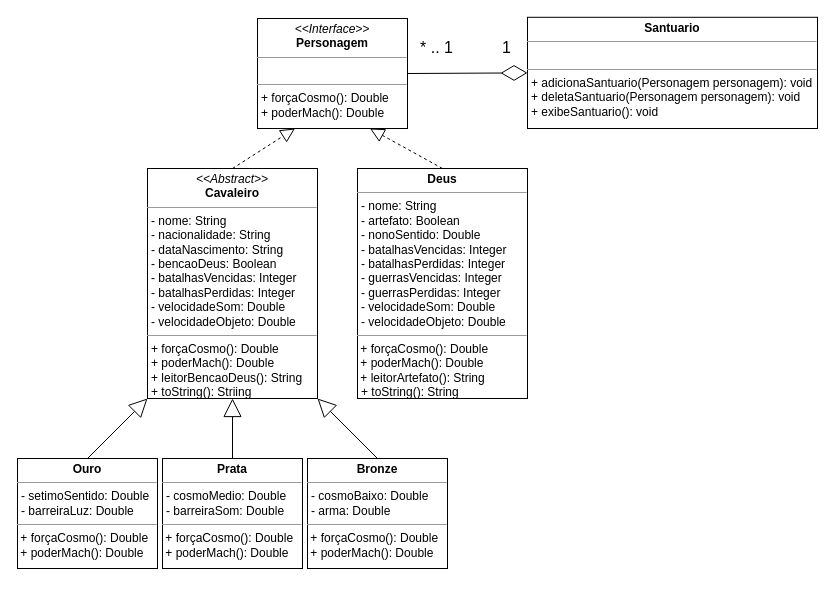
This is Diagrama/V2/Diagrama AC1.drawio from carrera-gabriel/projeto-api-ac1, a draw.io file, before an edit. Source tidied: cells renumbered, new cells numbered last; positions are measured from the earlier drawing's top-left corner, leaving out a move shared by most shapes. Both pictures are drawn from the tidied source at 100%, with x=0, y=0 at pixel (17, 17).
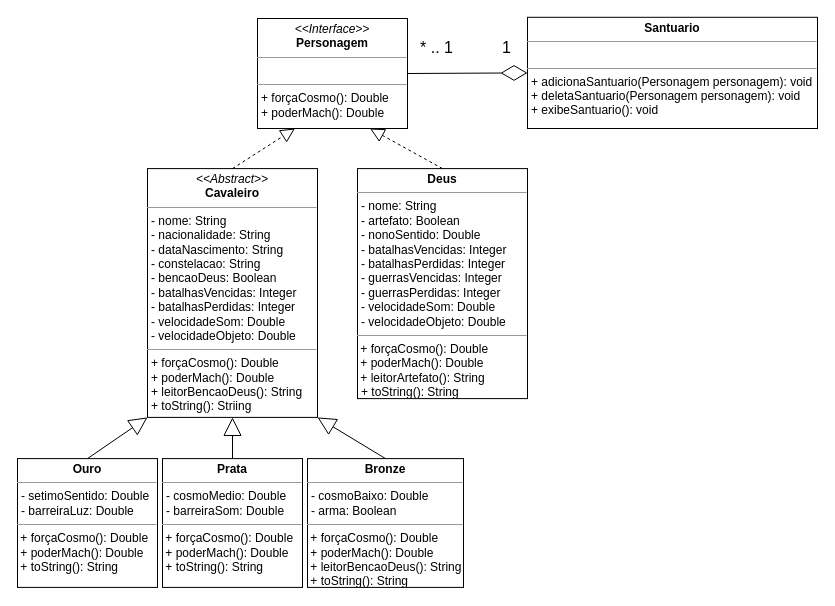
The same diagram, later.

What changed in the source:
```diff
@@
 <mxGraphModel>
   <root>
     <mxCell id="0" />
     <mxCell id="1" parent="0" />
     <mxCell id="2" value="&lt;p style=&quot;margin: 0px ; margin-top: 4px ; text-align: center&quot;&gt;&lt;i&gt;&amp;lt;&amp;lt;Interface&amp;gt;&amp;gt;&lt;/i&gt;&lt;br&gt;&lt;b&gt;Personagem&lt;/b&gt;&lt;/p&gt;&lt;hr size=&quot;1&quot;&gt;&lt;p style=&quot;margin: 0px ; margin-left: 4px&quot;&gt;&lt;br&gt;&lt;/p&gt;&lt;hr size=&quot;1&quot;&gt;&lt;p style=&quot;margin: 0px ; margin-left: 4px&quot;&gt;+ forçaCosmo(): Double&lt;br&gt;+ poderMach(): Double&lt;/p&gt;" style="verticalAlign=top;align=left;overflow=fill;fontSize=12;fontFamily=Helvetica;html=1;" parent="1" vertex="1">
       <mxGeometry x="240" y="1" width="150" height="110" as="geometry" />
     </mxCell>
-    <mxCell id="3" value="&lt;p style=&quot;margin: 0px ; margin-top: 4px ; text-align: center&quot;&gt;&lt;i&gt;&amp;lt;&amp;lt;Abstract&amp;gt;&amp;gt;&lt;/i&gt;&lt;br&gt;&lt;b&gt;Cavaleiro&lt;/b&gt;&lt;/p&gt;&lt;hr size=&quot;1&quot;&gt;&lt;p style=&quot;margin: 0px ; margin-left: 4px&quot;&gt;- nome: String&lt;br&gt;- nacionalidade: String&lt;/p&gt;&lt;p style=&quot;margin: 0px ; margin-left: 4px&quot;&gt;- dataNascimento: String&lt;/p&gt;&lt;p style=&quot;margin: 0px ; margin-left: 4px&quot;&gt;- bencaoDeus: Boolean&lt;/p&gt;&lt;p style=&quot;margin: 0px ; margin-left: 4px&quot;&gt;- batalhasVencidas: Integer&lt;br&gt;- batalhasPerdidas: Integer&lt;/p&gt;&lt;p style=&quot;margin: 0px 0px 0px 4px&quot;&gt;- velocidadeSom: Double&lt;/p&gt;&lt;p style=&quot;margin: 0px 0px 0px 4px&quot;&gt;- velocidadeObjeto: Double&lt;/p&gt;&lt;hr size=&quot;1&quot;&gt;&lt;p style=&quot;margin: 0px ; margin-left: 4px&quot;&gt;+ forçaCosmo(): Double&lt;br&gt;+ poderMach(): Double&lt;br&gt;+ leitorBencaoDeus(): String&lt;/p&gt;&lt;p style=&quot;margin: 0px ; margin-left: 4px&quot;&gt;+ toString(): Striing&lt;/p&gt;" style="verticalAlign=top;align=left;overflow=fill;fontSize=12;fontFamily=Helvetica;html=1;" parent="1" vertex="1">
-      <mxGeometry x="130" y="151" width="170" height="230" as="geometry" />
+    <mxCell id="3" value="&lt;p style=&quot;margin: 0px ; margin-top: 4px ; text-align: center&quot;&gt;&lt;i&gt;&amp;lt;&amp;lt;Abstract&amp;gt;&amp;gt;&lt;/i&gt;&lt;br&gt;&lt;b&gt;Cavaleiro&lt;/b&gt;&lt;/p&gt;&lt;hr size=&quot;1&quot;&gt;&lt;p style=&quot;margin: 0px ; margin-left: 4px&quot;&gt;- nome: String&lt;br&gt;- nacionalidade: String&lt;/p&gt;&lt;p style=&quot;margin: 0px ; margin-left: 4px&quot;&gt;- dataNascimento: String&lt;/p&gt;&lt;p style=&quot;margin: 0px ; margin-left: 4px&quot;&gt;- constelacao: String&lt;/p&gt;&lt;p style=&quot;margin: 0px ; margin-left: 4px&quot;&gt;- bencaoDeus: Boolean&lt;/p&gt;&lt;p style=&quot;margin: 0px ; margin-left: 4px&quot;&gt;- batalhasVencidas: Integer&lt;br&gt;- batalhasPerdidas: Integer&lt;/p&gt;&lt;p style=&quot;margin: 0px 0px 0px 4px&quot;&gt;- velocidadeSom: Double&lt;/p&gt;&lt;p style=&quot;margin: 0px 0px 0px 4px&quot;&gt;- velocidadeObjeto: Double&lt;/p&gt;&lt;hr size=&quot;1&quot;&gt;&lt;p style=&quot;margin: 0px ; margin-left: 4px&quot;&gt;+ forçaCosmo(): Double&lt;br&gt;+ poderMach(): Double&lt;br&gt;+ leitorBencaoDeus(): String&lt;/p&gt;&lt;p style=&quot;margin: 0px ; margin-left: 4px&quot;&gt;+ toString(): Striing&lt;/p&gt;" style="verticalAlign=top;align=left;overflow=fill;fontSize=12;fontFamily=Helvetica;html=1;" parent="1" vertex="1">
+      <mxGeometry x="130" y="151.1" width="170" height="248.8" as="geometry" />
     </mxCell>
     <mxCell id="4" value="&lt;p style=&quot;margin: 0px ; margin-top: 4px ; text-align: center&quot;&gt;&lt;b&gt;Deus&lt;/b&gt;&lt;/p&gt;&lt;hr size=&quot;1&quot;&gt;&lt;p style=&quot;margin: 0px ; margin-left: 4px&quot;&gt;- nome: String&lt;br&gt;- artefato: Boolean&lt;/p&gt;&lt;p style=&quot;margin: 0px ; margin-left: 4px&quot;&gt;- nonoSentido: Double&lt;/p&gt;&lt;p style=&quot;margin: 0px ; margin-left: 4px&quot;&gt;- batalhasVencidas: Integer&lt;br&gt;- batalhasPerdidas: Integer&lt;br&gt;&lt;/p&gt;&lt;p style=&quot;margin: 0px ; margin-left: 4px&quot;&gt;- guerrasVencidas: Integer&lt;/p&gt;&lt;p style=&quot;margin: 0px ; margin-left: 4px&quot;&gt;- guerrasPerdidas: Integer&lt;/p&gt;&lt;p style=&quot;margin: 0px ; margin-left: 4px&quot;&gt;- velocidadeSom: Double&lt;/p&gt;&lt;p style=&quot;margin: 0px ; margin-left: 4px&quot;&gt;- velocidadeObjeto: Double&lt;/p&gt;&lt;hr size=&quot;1&quot;&gt;&amp;nbsp;+ forçaCosmo(): Double&lt;br&gt;&amp;nbsp;+ poderMach(): Double&lt;br&gt;&amp;nbsp;+ leitorArtefato(): String&lt;br&gt;&lt;p style=&quot;margin: 0px ; margin-left: 4px&quot;&gt;+ toString(): String&lt;/p&gt;" style="verticalAlign=top;align=left;overflow=fill;fontSize=12;fontFamily=Helvetica;html=1;" parent="1" vertex="1">
-      <mxGeometry x="340" y="151" width="170" height="230" as="geometry" />
+      <mxGeometry x="340" y="151.1" width="170" height="230" as="geometry" />
     </mxCell>
-    <mxCell id="5" value="&lt;p style=&quot;margin: 0px ; margin-top: 4px ; text-align: center&quot;&gt;&lt;b&gt;Bronze&lt;/b&gt;&lt;/p&gt;&lt;hr size=&quot;1&quot;&gt;&lt;p style=&quot;margin: 0px ; margin-left: 4px&quot;&gt;- cosmoBaixo: Double&lt;/p&gt;&lt;p style=&quot;margin: 0px ; margin-left: 4px&quot;&gt;- arma: Double&lt;/p&gt;&lt;hr size=&quot;1&quot;&gt;&amp;nbsp;+ forçaCosmo(): Double&lt;br&gt;&amp;nbsp;+ poderMach(): Double" style="verticalAlign=top;align=left;overflow=fill;fontSize=12;fontFamily=Helvetica;html=1;" parent="1" vertex="1">
-      <mxGeometry x="290" y="441" width="140" height="110" as="geometry" />
+    <mxCell id="5" value="&lt;p style=&quot;margin: 0px ; margin-top: 4px ; text-align: center&quot;&gt;&lt;b&gt;Bronze&lt;/b&gt;&lt;/p&gt;&lt;hr size=&quot;1&quot;&gt;&lt;p style=&quot;margin: 0px ; margin-left: 4px&quot;&gt;- cosmoBaixo: Double&lt;/p&gt;&lt;p style=&quot;margin: 0px ; margin-left: 4px&quot;&gt;&lt;span&gt;- arma: Boolean&lt;/span&gt;&lt;/p&gt;&lt;hr size=&quot;1&quot;&gt;&amp;nbsp;+ forçaCosmo(): Double&lt;br&gt;&amp;nbsp;+ poderMach(): Double&lt;br&gt;&amp;nbsp;+ leitorBencaoDeus(): String&lt;br&gt;&amp;nbsp;+ toString(): String" style="verticalAlign=top;align=left;overflow=fill;fontSize=12;fontFamily=Helvetica;html=1;" parent="1" vertex="1">
+      <mxGeometry x="290" y="441.1" width="156" height="128.8" as="geometry" />
     </mxCell>
-    <mxCell id="6" value="&lt;p style=&quot;margin: 0px ; margin-top: 4px ; text-align: center&quot;&gt;&lt;b&gt;Prata&lt;/b&gt;&lt;/p&gt;&lt;hr size=&quot;1&quot;&gt;&lt;p style=&quot;margin: 0px ; margin-left: 4px&quot;&gt;- cosmoMedio: Double&lt;br&gt;- barreiraSom: Double&lt;/p&gt;&lt;hr size=&quot;1&quot;&gt;&amp;nbsp;+ forçaCosmo(): Double&lt;br&gt;&amp;nbsp;+ poderMach(): Double" style="verticalAlign=top;align=left;overflow=fill;fontSize=12;fontFamily=Helvetica;html=1;" parent="1" vertex="1">
-      <mxGeometry x="145" y="441" width="140" height="110" as="geometry" />
+    <mxCell id="6" value="&lt;p style=&quot;margin: 0px ; margin-top: 4px ; text-align: center&quot;&gt;&lt;b&gt;Prata&lt;/b&gt;&lt;/p&gt;&lt;hr size=&quot;1&quot;&gt;&lt;p style=&quot;margin: 0px ; margin-left: 4px&quot;&gt;- cosmoMedio: Double&lt;br&gt;- barreiraSom: Double&lt;/p&gt;&lt;hr size=&quot;1&quot;&gt;&amp;nbsp;+ forçaCosmo(): Double&lt;br&gt;&amp;nbsp;+ poderMach(): Double&lt;br&gt;&amp;nbsp;+ toString(): String" style="verticalAlign=top;align=left;overflow=fill;fontSize=12;fontFamily=Helvetica;html=1;" parent="1" vertex="1">
+      <mxGeometry x="145" y="441.1" width="140" height="128.8" as="geometry" />
     </mxCell>
-    <mxCell id="7" value="&lt;p style=&quot;margin: 0px ; margin-top: 4px ; text-align: center&quot;&gt;&lt;b&gt;Ouro&lt;/b&gt;&lt;/p&gt;&lt;hr size=&quot;1&quot;&gt;&lt;p style=&quot;margin: 0px ; margin-left: 4px&quot;&gt;- setimoSentido: Double&lt;/p&gt;&lt;p style=&quot;margin: 0px ; margin-left: 4px&quot;&gt;- barreiraLuz: Double&lt;/p&gt;&lt;hr size=&quot;1&quot;&gt;&amp;nbsp;+ forçaCosmo(): Double&lt;br&gt;&amp;nbsp;+ poderMach(): Double" style="verticalAlign=top;align=left;overflow=fill;fontSize=12;fontFamily=Helvetica;html=1;" parent="1" vertex="1">
-      <mxGeometry y="441" width="140" height="110" as="geometry" />
+    <mxCell id="7" value="&lt;p style=&quot;margin: 0px ; margin-top: 4px ; text-align: center&quot;&gt;&lt;b&gt;Ouro&lt;/b&gt;&lt;/p&gt;&lt;hr size=&quot;1&quot;&gt;&lt;p style=&quot;margin: 0px ; margin-left: 4px&quot;&gt;- setimoSentido: Double&lt;/p&gt;&lt;p style=&quot;margin: 0px ; margin-left: 4px&quot;&gt;- barreiraLuz: Double&lt;/p&gt;&lt;hr size=&quot;1&quot;&gt;&amp;nbsp;+ forçaCosmo(): Double&lt;br&gt;&amp;nbsp;+ poderMach(): Double&lt;br&gt;&amp;nbsp;+ toString(): String" style="verticalAlign=top;align=left;overflow=fill;fontSize=12;fontFamily=Helvetica;html=1;" parent="1" vertex="1">
+      <mxGeometry y="441.1" width="140" height="128.8" as="geometry" />
     </mxCell>
-    <mxCell id="8" value="&lt;p style=&quot;margin: 0px ; margin-top: 4px ; text-align: center&quot;&gt;&lt;b&gt;Santuario&lt;/b&gt;&lt;/p&gt;&lt;hr size=&quot;1&quot;&gt;&lt;p style=&quot;margin: 0px ; margin-left: 4px&quot;&gt;&lt;br&gt;&lt;/p&gt;&lt;hr size=&quot;1&quot;&gt;&lt;p style=&quot;margin: 0px ; margin-left: 4px&quot;&gt;+ adicionaSantuario(Personagem personagem): void&lt;br&gt;&lt;/p&gt;&lt;p style=&quot;margin: 0px ; margin-left: 4px&quot;&gt;+ deletaSantuario(Personagem personagem): void&lt;br&gt;&lt;/p&gt;&lt;p style=&quot;margin: 0px ; margin-left: 4px&quot;&gt;+ exibeSantuario(): void&lt;/p&gt;" style="verticalAlign=top;align=left;overflow=fill;fontSize=12;fontFamily=Helvetica;html=1;" parent="1" vertex="1">
+    <mxCell id="8" value="&lt;p style=&quot;margin: 0px ; margin-top: 4px ; text-align: center&quot;&gt;&lt;b&gt;Santuario&lt;/b&gt;&lt;/p&gt;&lt;hr size=&quot;1&quot;&gt;&lt;p style=&quot;margin: 0px 0px 0px 4px ; font-size: 11px&quot;&gt;&lt;br&gt;&lt;/p&gt;&lt;hr size=&quot;1&quot;&gt;&lt;p style=&quot;margin: 0px ; margin-left: 4px&quot;&gt;+ adicionaSantuario(Personagem personagem): void&lt;br&gt;&lt;/p&gt;&lt;p style=&quot;margin: 0px ; margin-left: 4px&quot;&gt;+ deletaSantuario(Personagem personagem): void&lt;br&gt;&lt;/p&gt;&lt;p style=&quot;margin: 0px ; margin-left: 4px&quot;&gt;+ exibeSantuario(): void&lt;/p&gt;" style="verticalAlign=top;align=left;overflow=fill;fontSize=12;fontFamily=Helvetica;html=1;" parent="1" vertex="1">
       <mxGeometry x="510" y="-0.2" width="290" height="111.2" as="geometry" />
     </mxCell>
     <mxCell id="9" style="endArrow=diamondThin;endFill=0;endSize=24;html=1;entryX=0;entryY=0.5;entryDx=0;entryDy=0;exitX=1;exitY=0.5;exitDx=0;exitDy=0;" parent="1" edge="1" source="2" target="8">
       <mxGeometry relative="1" as="geometry" />
     </mxCell>
     <mxCell id="10" value="&lt;font style=&quot;font-size: 16px&quot;&gt;1&lt;/font&gt;" style="edgeLabel;html=1;align=center;verticalAlign=middle;" parent="9" vertex="1">
       <mxGeometry x="0.29" y="-1" relative="1" as="geometry">
         <mxPoint x="21" y="-27.6" as="offset" />
       </mxGeometry>
     </mxCell>
     <mxCell id="11" style="endArrow=block;dashed=1;endFill=0;endSize=12;html=1;entryX=0.75;entryY=1;entryDx=0;entryDy=0;exitX=0.5;exitY=0;exitDx=0;exitDy=0;" parent="1" edge="1" source="4" target="2">
       <mxGeometry relative="1" as="geometry" />
     </mxCell>
     <mxCell id="12" style="endArrow=block;dashed=1;endFill=0;endSize=12;html=1;entryX=0.25;entryY=1;entryDx=0;entryDy=0;exitX=0.5;exitY=0;exitDx=0;exitDy=0;" parent="1" edge="1" source="3" target="2">
       <mxGeometry relative="1" as="geometry" />
     </mxCell>
     <mxCell id="13" style="endArrow=block;endSize=16;endFill=0;html=1;entryX=0;entryY=1;entryDx=0;entryDy=0;exitX=0.5;exitY=0;exitDx=0;exitDy=0;" parent="1" edge="1" source="7" target="3">
       <mxGeometry relative="1" as="geometry" />
     </mxCell>
     <mxCell id="14" style="endArrow=block;endSize=16;endFill=0;html=1;entryX=0.5;entryY=1;entryDx=0;entryDy=0;exitX=0.5;exitY=0;exitDx=0;exitDy=0;" parent="1" edge="1" source="6" target="3">
       <mxGeometry relative="1" as="geometry" />
     </mxCell>
     <mxCell id="15" style="endArrow=block;endSize=16;endFill=0;html=1;entryX=1;entryY=1;entryDx=0;entryDy=0;exitX=0.5;exitY=0;exitDx=0;exitDy=0;" parent="1" edge="1" source="5" target="3">
       <mxGeometry relative="1" as="geometry" />
     </mxCell>
     <mxCell id="16" value="&lt;font style=&quot;font-size: 16px&quot;&gt;* .. 1&lt;/font&gt;" style="edgeLabel;html=1;align=center;verticalAlign=middle;" parent="1" vertex="1">
       <mxGeometry x="480" y="41" as="geometry">
         <mxPoint x="-62" y="-12" as="offset" />
       </mxGeometry>
     </mxCell>
   </root>
 </mxGraphModel>
```
